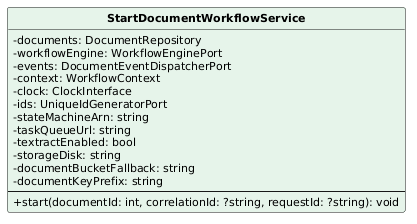
Above: PB/Specifica Tecnica/ImmaginiSpecificaTecnica/ClassiSingole/StartDocumentWorkflowService.png in aLittleByte-19/Documentazione (PlantUML), before the change.
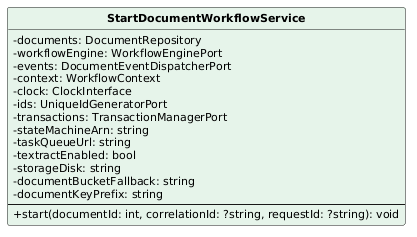
The same diagram one commit later.

Change to the diagram source:
```diff
@@ -12,6 +12,7 @@
   -context: WorkflowContext
   -clock: ClockInterface
   -ids: UniqueIdGeneratorPort
+  -transactions: TransactionManagerPort
   -stateMachineArn: string
   -taskQueueUrl: string
   -textractEnabled: bool
```
